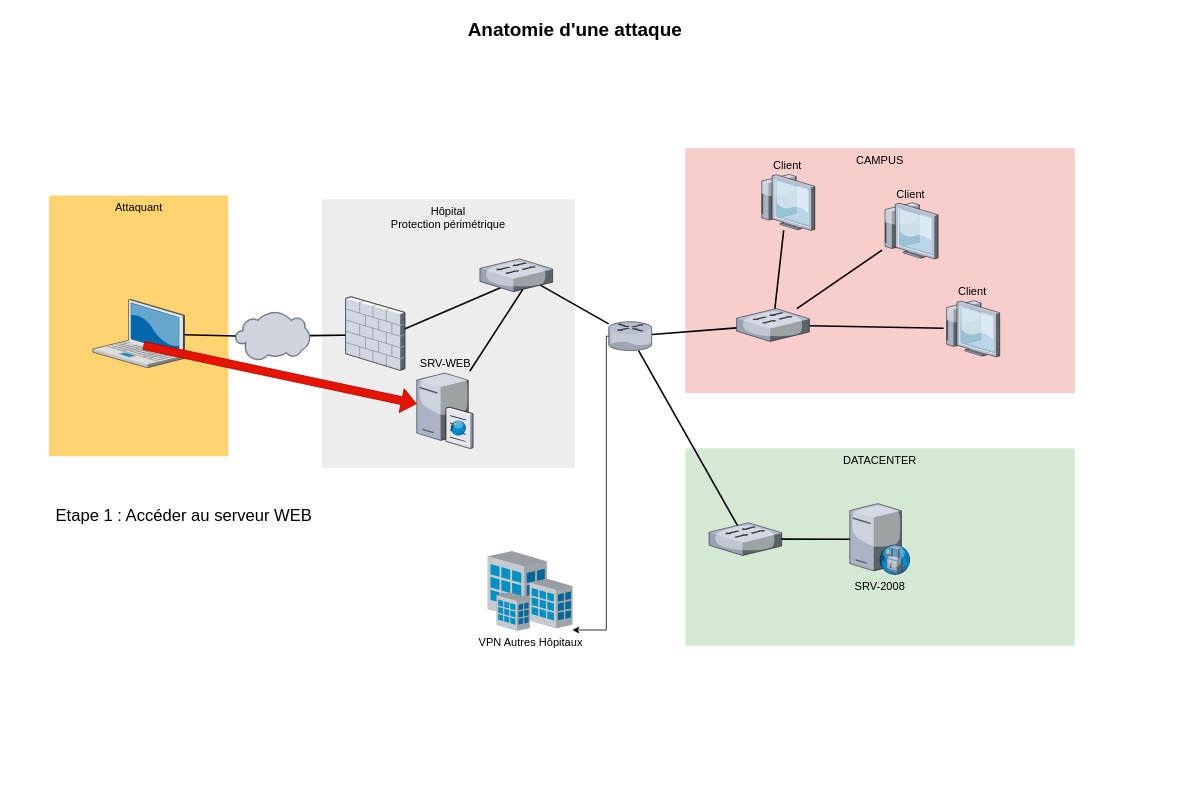
Above: anatomie-attack-etape1.drawio in ebsd/drawio (draw.io), before the change. Source tidied: cells renumbered, new cells numbered last; positions are measured from the earlier drawing's top-left corner, leaving out a move shared by most shapes. Both pictures are drawn from the tidied source at 79%, with x=0, y=0 at pixel (48, 13).
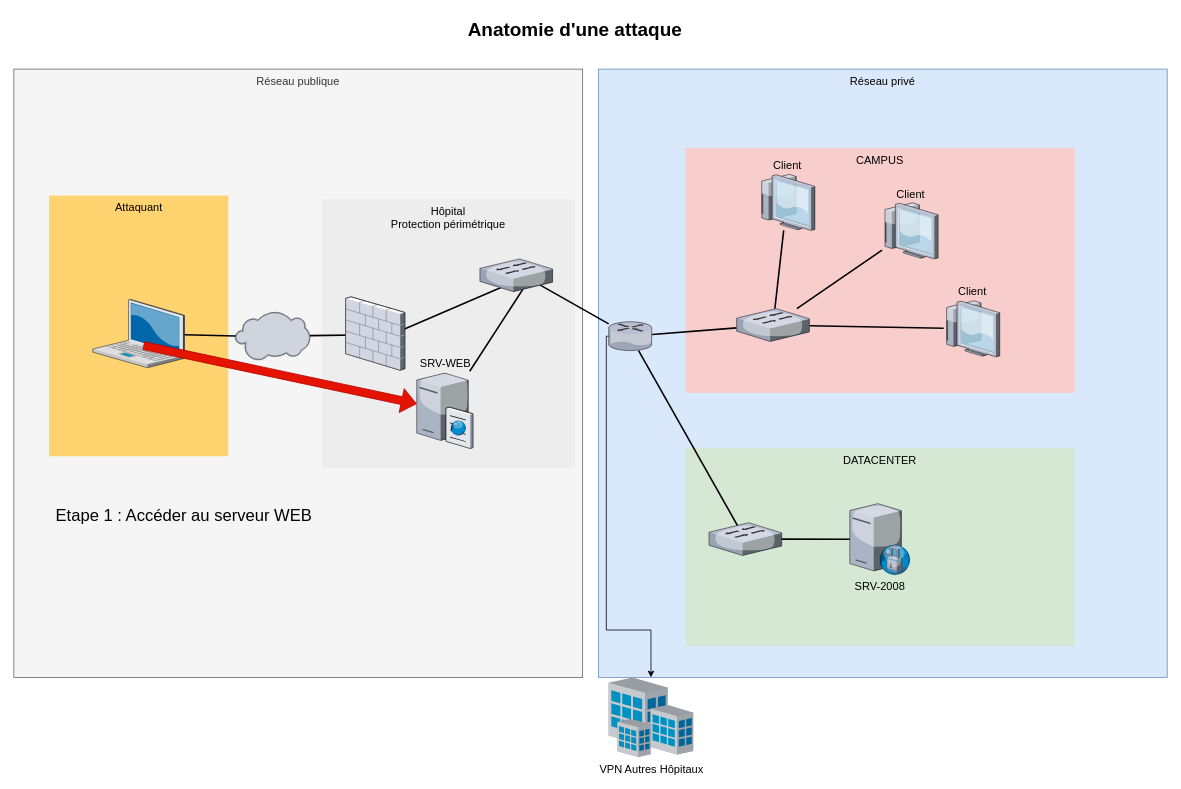
The same diagram, later.

Diff of the diagram source:
```diff
@@
+    <mxCell id="34" value="Réseau privé" style="whiteSpace=wrap;html=1;fillColor=#dae8fc;fontSize=14;strokeColor=#6c8ebf;verticalAlign=top;" parent="1" vertex="1">
+      <mxGeometry x="696" y="70" width="720" height="770" as="geometry" />
+    </mxCell>
+    <mxCell id="35" value="Réseau publique" style="whiteSpace=wrap;html=1;fillColor=#f5f5f5;fontSize=14;strokeColor=#666666;verticalAlign=top;fontColor=#333333;" parent="1" vertex="1">
+      <mxGeometry x="-44" y="70" width="720" height="770" as="geometry" />
+    </mxCell>
@@
     <mxCell id="22" value="VPN Autres Hôpitaux" style="verticalLabelPosition=bottom;html=1;verticalAlign=top;strokeColor=none;shape=mxgraph.citrix.site;fillColor=#66B2FF;gradientColor=#0066CC;fontSize=14;" parent="1" vertex="1">
-      <mxGeometry x="556" y="680" width="107" height="101" as="geometry" />
+      <mxGeometry x="709" y="840" width="107" height="101" as="geometry" />
     </mxCell>
```
